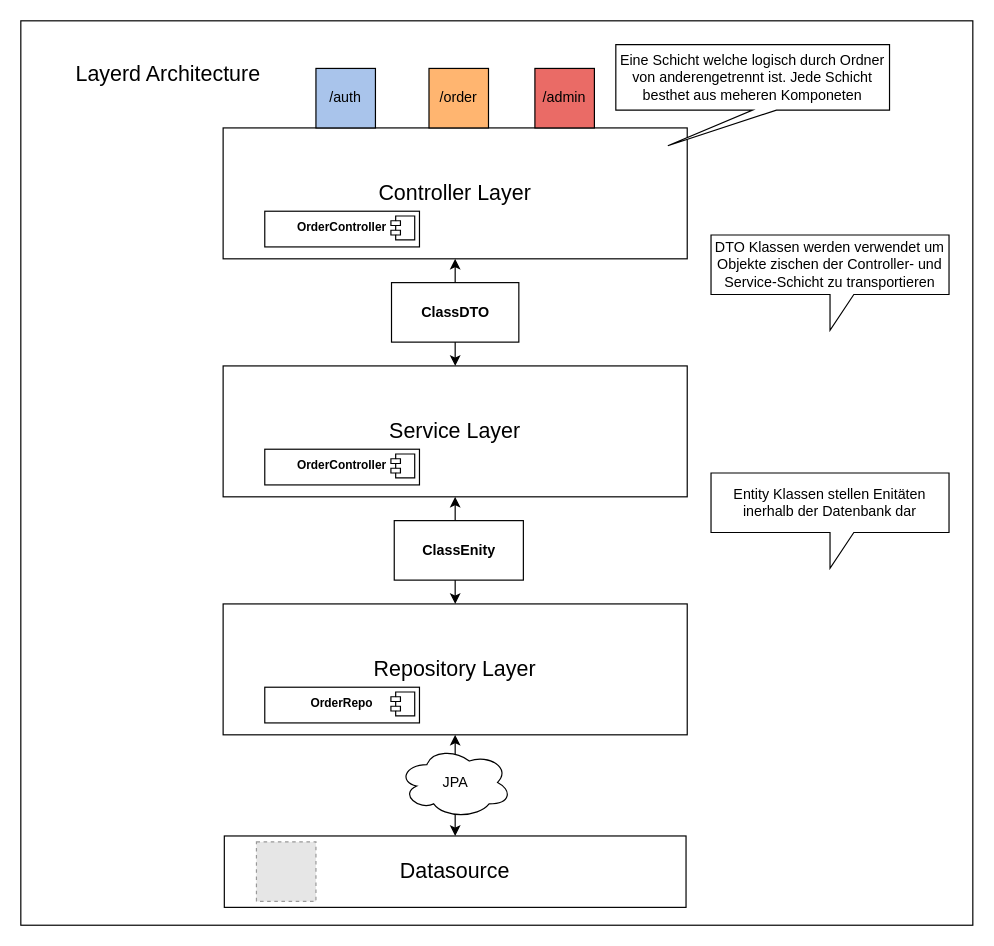
This is docs/resources/src/BackendView.drawio from Golo300/Kantinerado, a draw.io file, before an edit. Source tidied: cells renumbered, new cells numbered last; positions are measured from the earlier drawing's top-left corner, leaving out a move shared by most shapes. Both pictures are drawn from the tidied source at 119%, with x=0, y=0 at pixel (20, 20). Pictures stored in the file or linked from it are replaced by grey dashed boxes.
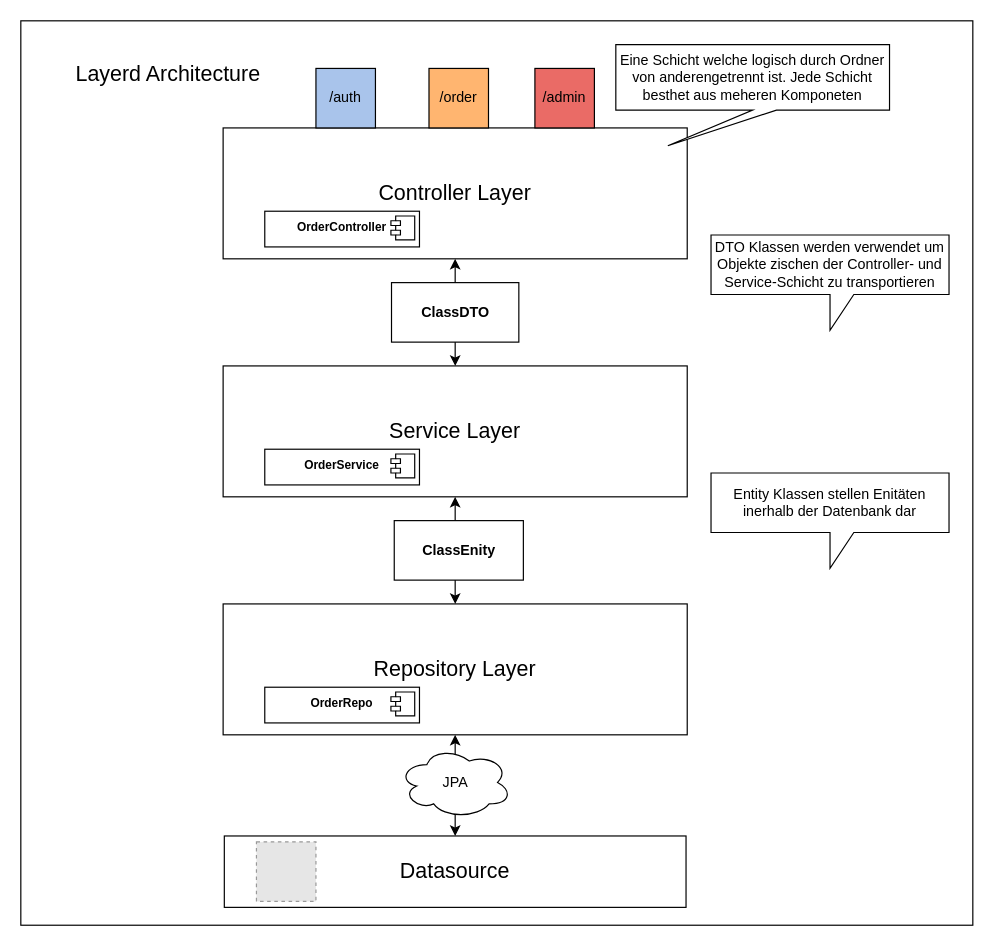
Above is the later version.

What changed in the source:
```diff
@@
-    <mxCell id="19" value="&lt;p style=&quot;margin: 6px 0px 0px;&quot;&gt;&lt;b&gt;&lt;font style=&quot;font-size: 10px;&quot;&gt;OrderController&lt;/font&gt;&lt;/b&gt;&lt;/p&gt;" style="align=center;overflow=fill;html=1;whiteSpace=wrap;" parent="1" vertex="1">
+    <mxCell id="19" value="&lt;p style=&quot;margin: 6px 0px 0px;&quot;&gt;&lt;b&gt;&lt;font style=&quot;font-size: 10px;&quot;&gt;OrderService&lt;/font&gt;&lt;/b&gt;&lt;/p&gt;" style="align=center;overflow=fill;html=1;whiteSpace=wrap;" parent="1" vertex="1">
       <mxGeometry x="205" y="360" width="130" height="30" as="geometry" />
     </mxCell>
```
